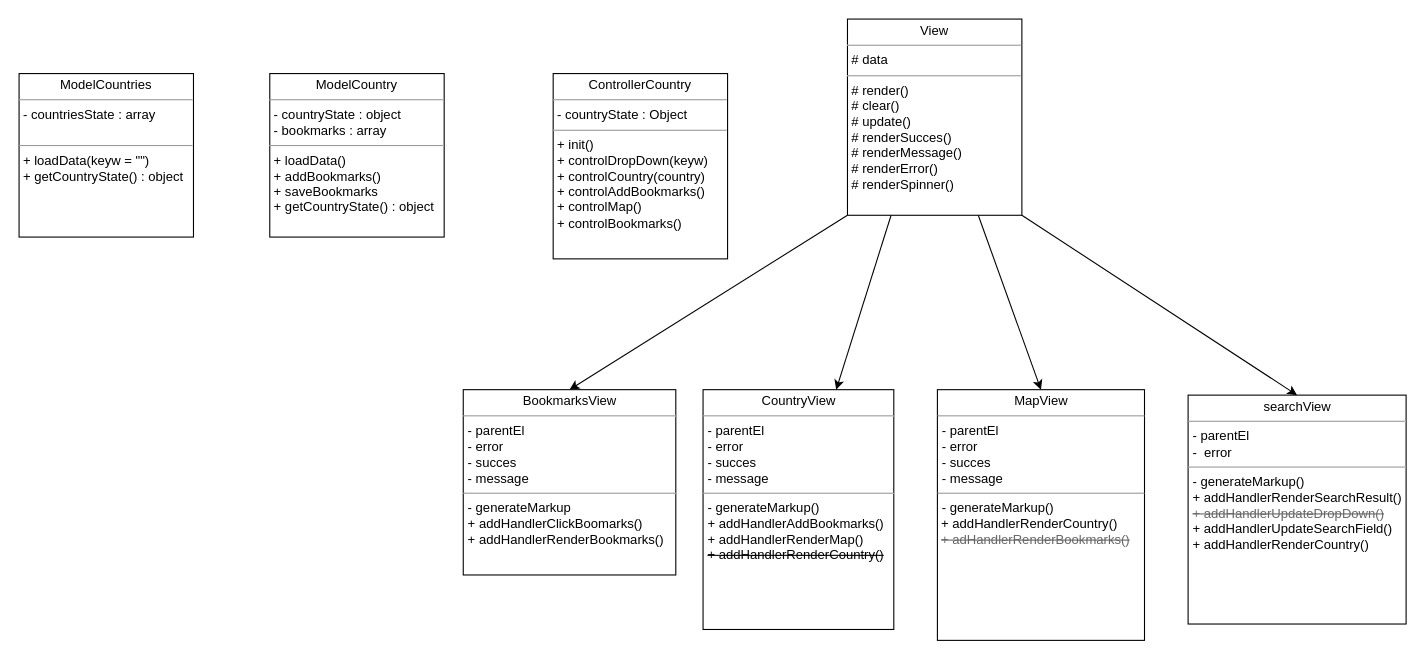
Earlier version of the draw.io diagram page "Class Diagram v.1.2" (7 of 7) of design/Diagram/Diagram.drawio (RumasorengFadil/country-dictionary). Source tidied: cells renumbered, new cells numbered last; positions are measured from the earlier drawing's top-left corner, leaving out a move shared by most shapes. Both pictures are drawn from the tidied source at 109%, with x=0, y=0 at pixel (19, 19).
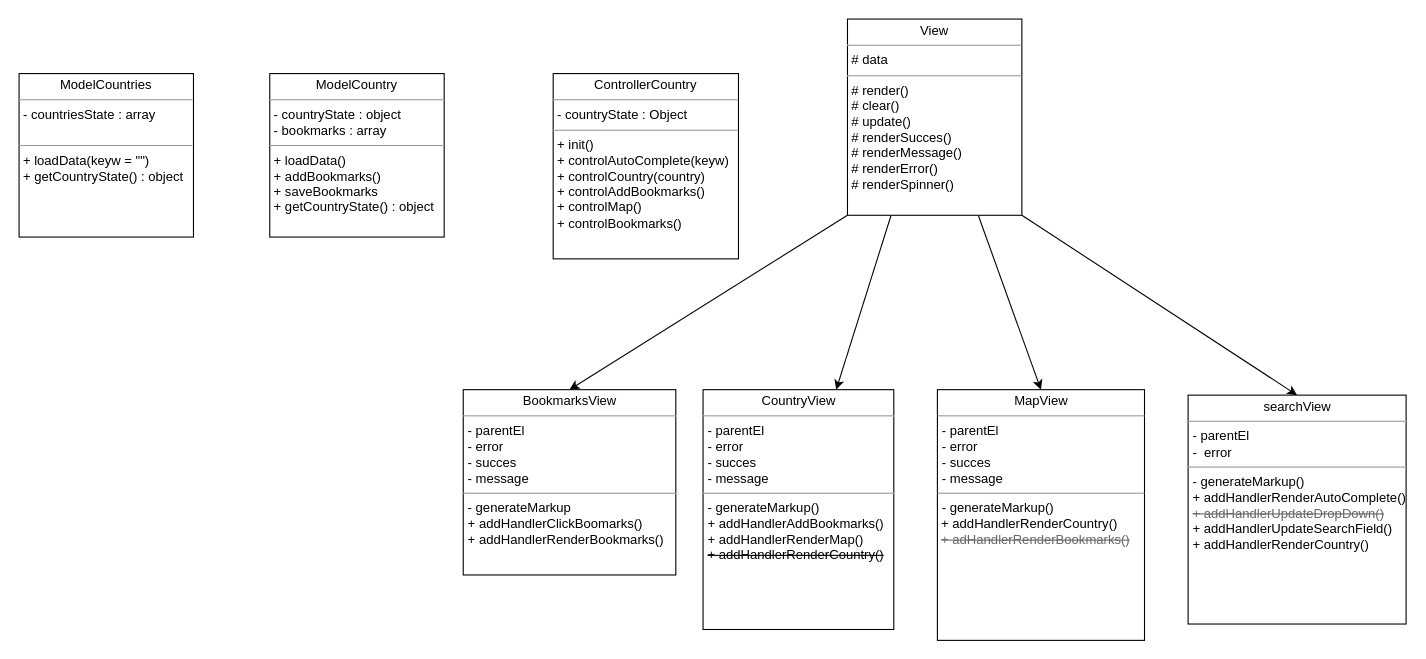
Above is the later version.

Change to the diagram source:
```diff
@@
 <mxGraphModel>
   <root>
     <mxCell id="0" />
     <mxCell id="1" parent="0" />
     <mxCell id="2" style="rounded=0;jettySize=auto;html=1;exitX=0.75;exitY=1;exitDx=0;exitDy=0;entryX=0.5;entryY=0;entryDx=0;entryDy=0;" parent="1" edge="1" source="6" target="10">
       <mxGeometry relative="1" as="geometry" />
     </mxCell>
     <mxCell id="3" style="rounded=0;jettySize=auto;html=1;exitX=0.25;exitY=1;exitDx=0;exitDy=0;" parent="1" edge="1" source="6" target="7">
       <mxGeometry relative="1" as="geometry" />
     </mxCell>
     <mxCell id="4" style="edgeStyle=none;rounded=0;jettySize=auto;html=1;exitX=0;exitY=1;exitDx=0;exitDy=0;entryX=0.5;entryY=0;entryDx=0;entryDy=0;" parent="1" edge="1" source="6" target="8">
       <mxGeometry relative="1" as="geometry" />
     </mxCell>
     <mxCell id="5" style="edgeStyle=none;rounded=0;jettySize=auto;html=1;exitX=1;exitY=1;exitDx=0;exitDy=0;entryX=0.5;entryY=0;entryDx=0;entryDy=0;" parent="1" edge="1" source="6" target="13">
       <mxGeometry relative="1" as="geometry" />
     </mxCell>
     <mxCell id="6" value="&lt;p style=&quot;margin:0px;margin-top:4px;text-align:center;&quot;&gt;View&lt;br&gt;&lt;/p&gt;&lt;hr size=&quot;1&quot;&gt;&lt;p style=&quot;margin:0px;margin-left:4px;&quot;&gt;&lt;span style=&quot;background-color: initial;&quot;&gt;# data&lt;/span&gt;&lt;br&gt;&lt;/p&gt;&lt;hr size=&quot;1&quot;&gt;&lt;p style=&quot;margin:0px;margin-left:4px;&quot;&gt;# render()&lt;/p&gt;&lt;p style=&quot;margin:0px;margin-left:4px;&quot;&gt;# clear()&lt;/p&gt;&lt;p style=&quot;margin:0px;margin-left:4px;&quot;&gt;# update()&lt;/p&gt;&lt;p style=&quot;margin:0px;margin-left:4px;&quot;&gt;# renderSucces()&lt;/p&gt;&lt;p style=&quot;margin:0px;margin-left:4px;&quot;&gt;# renderMessage()&lt;/p&gt;&lt;p style=&quot;margin:0px;margin-left:4px;&quot;&gt;# renderError()&lt;/p&gt;&lt;p style=&quot;margin:0px;margin-left:4px;&quot;&gt;# renderSpinner()&lt;/p&gt;" style="verticalAlign=top;align=left;overflow=fill;fontSize=12;fontFamily=Helvetica;html=1;" parent="1" vertex="1">
       <mxGeometry x="760" width="160" height="180" as="geometry" />
     </mxCell>
     <mxCell id="7" value="&lt;p style=&quot;margin:0px;margin-top:4px;text-align:center;&quot;&gt;CountryView&lt;br&gt;&lt;/p&gt;&lt;hr size=&quot;1&quot;&gt;&lt;p style=&quot;border-color: var(--border-color); margin: 0px 0px 0px 4px;&quot;&gt;- parentEl&lt;/p&gt;&lt;p style=&quot;border-color: var(--border-color); margin: 0px 0px 0px 4px;&quot;&gt;- error&lt;/p&gt;&lt;p style=&quot;border-color: var(--border-color); margin: 0px 0px 0px 4px;&quot;&gt;- succes&lt;/p&gt;&lt;p style=&quot;border-color: var(--border-color); margin: 0px 0px 0px 4px;&quot;&gt;- message&lt;/p&gt;&lt;hr size=&quot;1&quot;&gt;&lt;p style=&quot;border-color: var(--border-color); margin: 0px 0px 0px 4px;&quot;&gt;- generateMarkup()&lt;/p&gt;&lt;p style=&quot;border-color: var(--border-color); margin: 0px 0px 0px 4px;&quot;&gt;+ addHandlerAddBookmarks()&lt;/p&gt;&lt;p style=&quot;border-color: var(--border-color); margin: 0px 0px 0px 4px;&quot;&gt;+ addHandlerRenderMap()&lt;/p&gt;&lt;p style=&quot;border-color: var(--border-color); margin: 0px 0px 0px 4px;&quot;&gt;&lt;strike&gt;+ addHandlerRenderCountry()&lt;/strike&gt;&lt;/p&gt;" style="verticalAlign=top;align=left;overflow=fill;fontSize=12;fontFamily=Helvetica;html=1;" parent="1" vertex="1">
       <mxGeometry x="627.5" y="340" width="175" height="220" as="geometry" />
     </mxCell>
     <mxCell id="8" value="&lt;p style=&quot;margin:0px;margin-top:4px;text-align:center;&quot;&gt;BookmarksView&lt;br&gt;&lt;/p&gt;&lt;hr size=&quot;1&quot;&gt;&lt;p style=&quot;margin:0px;margin-left:4px;&quot;&gt;- parentEl&lt;/p&gt;&lt;p style=&quot;margin:0px;margin-left:4px;&quot;&gt;- error&lt;/p&gt;&lt;p style=&quot;margin:0px;margin-left:4px;&quot;&gt;- succes&lt;/p&gt;&lt;p style=&quot;margin:0px;margin-left:4px;&quot;&gt;- message&lt;/p&gt;&lt;hr size=&quot;1&quot;&gt;&lt;p style=&quot;margin:0px;margin-left:4px;&quot;&gt;- generateMarkup&lt;/p&gt;&lt;p style=&quot;margin:0px;margin-left:4px;&quot;&gt;+ addHandlerClickBoomarks()&lt;/p&gt;&lt;p style=&quot;margin:0px;margin-left:4px;&quot;&gt;+ addHandlerRenderBookmarks()&lt;/p&gt;" style="verticalAlign=top;align=left;overflow=fill;fontSize=12;fontFamily=Helvetica;html=1;" parent="1" vertex="1">
       <mxGeometry x="407.5" y="340" width="195" height="170" as="geometry" />
     </mxCell>
-    <mxCell id="9" value="&lt;p style=&quot;margin:0px;margin-top:4px;text-align:center;&quot;&gt;ControllerCountry&lt;br&gt;&lt;/p&gt;&lt;hr size=&quot;1&quot;&gt;&lt;p style=&quot;margin:0px;margin-left:4px;&quot;&gt;- countryState : Object&lt;/p&gt;&lt;hr size=&quot;1&quot;&gt;&lt;p style=&quot;margin:0px;margin-left:4px;&quot;&gt;+ init()&lt;/p&gt;&lt;p style=&quot;margin:0px;margin-left:4px;&quot;&gt;+ controlDropDown(keyw)&lt;/p&gt;&lt;p style=&quot;margin:0px;margin-left:4px;&quot;&gt;+ controlCountry(country)&lt;/p&gt;&lt;p style=&quot;margin:0px;margin-left:4px;&quot;&gt;+ controlAddBookmarks()&lt;/p&gt;&lt;p style=&quot;margin:0px;margin-left:4px;&quot;&gt;+ controlMap()&lt;/p&gt;&lt;p style=&quot;margin:0px;margin-left:4px;&quot;&gt;+ controlBookmarks()&lt;/p&gt;&lt;p style=&quot;margin:0px;margin-left:4px;&quot;&gt;&lt;br&gt;&lt;/p&gt;" style="verticalAlign=top;align=left;overflow=fill;fontSize=12;fontFamily=Helvetica;html=1;" parent="1" vertex="1">
-      <mxGeometry x="490" y="50" width="160" height="170" as="geometry" />
+    <mxCell id="9" value="&lt;p style=&quot;margin:0px;margin-top:4px;text-align:center;&quot;&gt;ControllerCountry&lt;br&gt;&lt;/p&gt;&lt;hr size=&quot;1&quot;&gt;&lt;p style=&quot;margin:0px;margin-left:4px;&quot;&gt;- countryState : Object&lt;/p&gt;&lt;hr size=&quot;1&quot;&gt;&lt;p style=&quot;margin:0px;margin-left:4px;&quot;&gt;+ init()&lt;/p&gt;&lt;p style=&quot;margin:0px;margin-left:4px;&quot;&gt;+ controlAutoComplete(keyw)&lt;/p&gt;&lt;p style=&quot;margin:0px;margin-left:4px;&quot;&gt;+ controlCountry(country)&lt;/p&gt;&lt;p style=&quot;margin:0px;margin-left:4px;&quot;&gt;+ controlAddBookmarks()&lt;/p&gt;&lt;p style=&quot;margin:0px;margin-left:4px;&quot;&gt;+ controlMap()&lt;/p&gt;&lt;p style=&quot;margin:0px;margin-left:4px;&quot;&gt;+ controlBookmarks()&lt;/p&gt;&lt;p style=&quot;margin:0px;margin-left:4px;&quot;&gt;&lt;br&gt;&lt;/p&gt;" style="verticalAlign=top;align=left;overflow=fill;fontSize=12;fontFamily=Helvetica;html=1;" parent="1" vertex="1">
+      <mxGeometry x="490" y="50" width="170" height="170" as="geometry" />
     </mxCell>
     <mxCell id="10" value="&lt;p style=&quot;margin:0px;margin-top:4px;text-align:center;&quot;&gt;MapView&lt;br&gt;&lt;/p&gt;&lt;hr size=&quot;1&quot;&gt;&lt;p style=&quot;border-color: var(--border-color); margin: 0px 0px 0px 4px;&quot;&gt;- parentEl&lt;/p&gt;&lt;p style=&quot;border-color: var(--border-color); margin: 0px 0px 0px 4px;&quot;&gt;- error&lt;/p&gt;&lt;p style=&quot;border-color: var(--border-color); margin: 0px 0px 0px 4px;&quot;&gt;- succes&lt;/p&gt;&lt;p style=&quot;border-color: var(--border-color); margin: 0px 0px 0px 4px;&quot;&gt;- message&lt;/p&gt;&lt;hr size=&quot;1&quot;&gt;&lt;p style=&quot;margin:0px;margin-left:4px;&quot;&gt;- generateMarkup()&lt;/p&gt;&amp;nbsp;+ addHandlerRenderCountry()&lt;br&gt;&lt;font color=&quot;#666666&quot;&gt;&amp;nbsp;&lt;strike&gt;+ adHandlerRenderBookmarks()&lt;/strike&gt;&lt;/font&gt;" style="verticalAlign=top;align=left;overflow=fill;fontSize=12;fontFamily=Helvetica;html=1;" parent="1" vertex="1">
       <mxGeometry x="842.5" y="340" width="190" height="230" as="geometry" />
     </mxCell>
     <mxCell id="11" value="&lt;p style=&quot;margin:0px;margin-top:4px;text-align:center;&quot;&gt;ModelCountry&lt;br&gt;&lt;/p&gt;&lt;hr size=&quot;1&quot;&gt;&lt;p style=&quot;margin:0px;margin-left:4px;&quot;&gt;- countryState : object&lt;/p&gt;&lt;p style=&quot;margin:0px;margin-left:4px;&quot;&gt;- bookmarks : array&lt;/p&gt;&lt;hr size=&quot;1&quot;&gt;&lt;p style=&quot;margin:0px;margin-left:4px;&quot;&gt;+ loadData()&lt;/p&gt;&lt;p style=&quot;margin:0px;margin-left:4px;&quot;&gt;+ addBookmarks()&lt;/p&gt;&lt;p style=&quot;margin:0px;margin-left:4px;&quot;&gt;+ saveBookmarks&lt;/p&gt;&lt;p style=&quot;margin:0px;margin-left:4px;&quot;&gt;+ getCountryState() : object&lt;/p&gt;" style="verticalAlign=top;align=left;overflow=fill;fontSize=12;fontFamily=Helvetica;html=1;" parent="1" vertex="1">
       <mxGeometry x="230" y="50" width="160" height="150" as="geometry" />
     </mxCell>
     <mxCell id="12" value="&lt;p style=&quot;margin:0px;margin-top:4px;text-align:center;&quot;&gt;ModelCountries&lt;br&gt;&lt;/p&gt;&lt;hr size=&quot;1&quot;&gt;&lt;p style=&quot;margin:0px;margin-left:4px;&quot;&gt;- countriesState : array&lt;/p&gt;&lt;p style=&quot;margin:0px;margin-left:4px;&quot;&gt;&lt;br&gt;&lt;/p&gt;&lt;hr size=&quot;1&quot;&gt;&lt;p style=&quot;margin:0px;margin-left:4px;&quot;&gt;+ loadData(keyw = &quot;&quot;)&lt;/p&gt;&lt;p style=&quot;margin:0px;margin-left:4px;&quot;&gt;&lt;span style=&quot;background-color: initial;&quot;&gt;+ getCountryState() : object&lt;/span&gt;&lt;br&gt;&lt;/p&gt;" style="verticalAlign=top;align=left;overflow=fill;fontSize=12;fontFamily=Helvetica;html=1;" parent="1" vertex="1">
       <mxGeometry y="50" width="160" height="150" as="geometry" />
     </mxCell>
-    <mxCell id="13" value="&lt;p style=&quot;margin:0px;margin-top:4px;text-align:center;&quot;&gt;searchView&lt;br&gt;&lt;/p&gt;&lt;hr size=&quot;1&quot;&gt;&lt;p style=&quot;margin:0px;margin-left:4px;&quot;&gt;- parentEl&lt;/p&gt;&lt;p style=&quot;margin:0px;margin-left:4px;&quot;&gt;-&amp;nbsp;&amp;nbsp;error&lt;/p&gt;&lt;hr size=&quot;1&quot;&gt;&lt;p style=&quot;margin:0px;margin-left:4px;&quot;&gt;- generateMarkup()&lt;/p&gt;&lt;p style=&quot;margin:0px;margin-left:4px;&quot;&gt;+ addHandlerRenderSearchResult()&lt;/p&gt;&lt;p style=&quot;margin:0px;margin-left:4px;&quot;&gt;&lt;font color=&quot;#666666&quot;&gt;&lt;strike&gt;+ addHandlerUpdateDropDown()&lt;/strike&gt;&lt;/font&gt;&lt;/p&gt;&lt;p style=&quot;margin:0px;margin-left:4px;&quot;&gt;+ addHandlerUpdateSearchField()&lt;/p&gt;&lt;p style=&quot;margin:0px;margin-left:4px;&quot;&gt;+ addHandlerRenderCountry()&lt;/p&gt;" style="verticalAlign=top;align=left;overflow=fill;fontSize=12;fontFamily=Helvetica;html=1;" parent="1" vertex="1">
+    <mxCell id="13" value="&lt;p style=&quot;margin:0px;margin-top:4px;text-align:center;&quot;&gt;searchView&lt;br&gt;&lt;/p&gt;&lt;hr size=&quot;1&quot;&gt;&lt;p style=&quot;margin:0px;margin-left:4px;&quot;&gt;- parentEl&lt;/p&gt;&lt;p style=&quot;margin:0px;margin-left:4px;&quot;&gt;-&amp;nbsp;&amp;nbsp;error&lt;/p&gt;&lt;hr size=&quot;1&quot;&gt;&lt;p style=&quot;margin:0px;margin-left:4px;&quot;&gt;- generateMarkup()&lt;/p&gt;&lt;p style=&quot;margin:0px;margin-left:4px;&quot;&gt;+ addHandlerRenderAutoComplete()&lt;/p&gt;&lt;p style=&quot;margin:0px;margin-left:4px;&quot;&gt;&lt;font color=&quot;#666666&quot;&gt;&lt;strike&gt;+ addHandlerUpdateDropDown()&lt;/strike&gt;&lt;/font&gt;&lt;/p&gt;&lt;p style=&quot;margin:0px;margin-left:4px;&quot;&gt;+ addHandlerUpdateSearchField()&lt;/p&gt;&lt;p style=&quot;margin:0px;margin-left:4px;&quot;&gt;+ addHandlerRenderCountry()&lt;/p&gt;" style="verticalAlign=top;align=left;overflow=fill;fontSize=12;fontFamily=Helvetica;html=1;" parent="1" vertex="1">
       <mxGeometry x="1072.5" y="345" width="200" height="210" as="geometry" />
     </mxCell>
   </root>
 </mxGraphModel>
```
